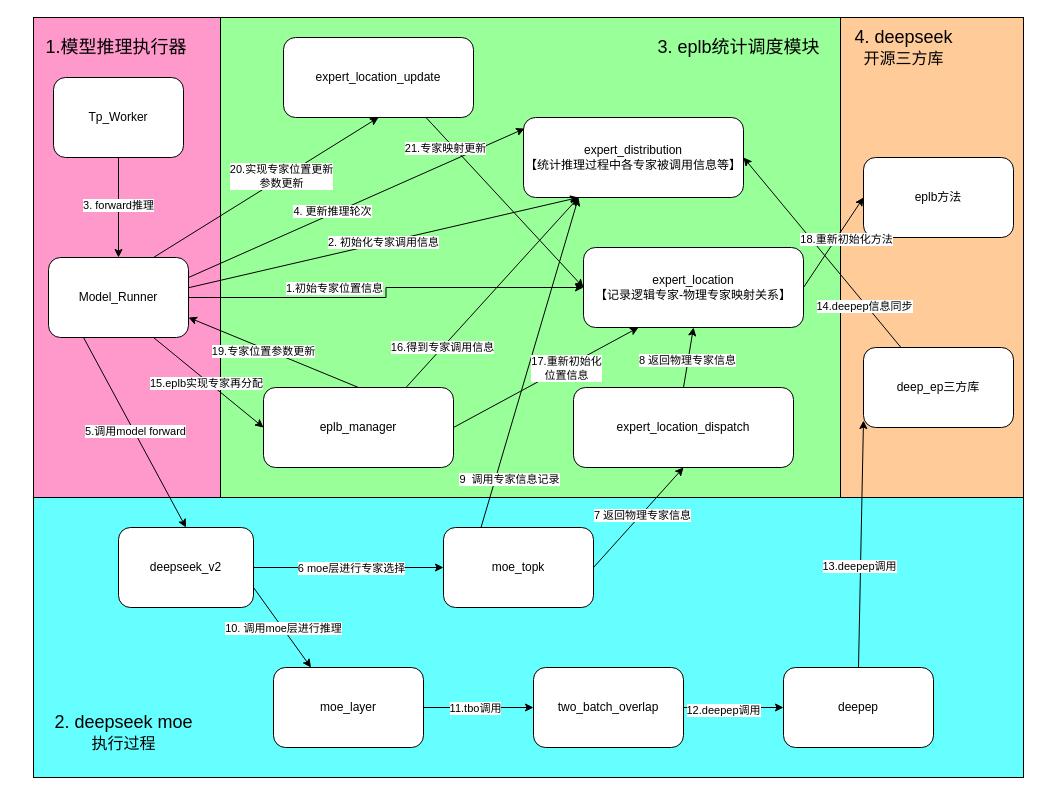
ADaBenxiong/vllm keeps this draw.io diagram as eplb流程.drawio. Above is the earlier version. Source tidied: cells renumbered, new cells numbered last; positions are measured from the earlier drawing's top-left corner, leaving out a move shared by most shapes. Both pictures are drawn from the tidied source at 100%, with x=0, y=0 at pixel (33, 17).
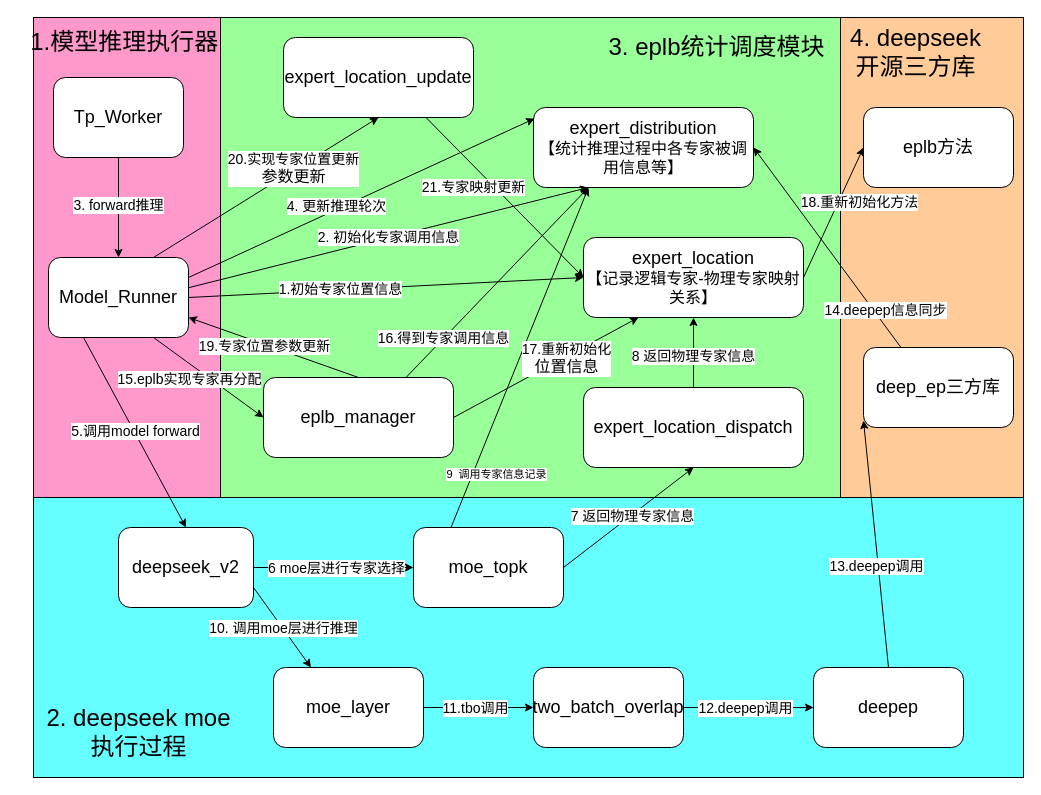
The same page after the edit.

Unchanged cells that the change refers to:
```xml
<mxCell id="12" style="endArrow=classic;html=1;rounded=0;entryX=0.25;entryY=1;entryDx=0;entryDy=0;exitX=1.002;exitY=0.377;exitDx=0;exitDy=0;exitPerimeter=0;" parent="1" edge="1" source="8" target="11">
  <mxGeometry relative="1" as="geometry" />
</mxCell>
<mxCell id="14" style="endArrow=classic;html=1;rounded=0;exitX=0.5;exitY=1;exitDx=0;exitDy=0;entryX=0.5;entryY=0;entryDx=0;entryDy=0;" parent="1" edge="1" source="9" target="8">
  <mxGeometry relative="1" as="geometry" />
</mxCell>
<mxCell id="16" style="endArrow=classic;html=1;rounded=0;exitX=1;exitY=0.25;exitDx=0;exitDy=0;entryX=0.005;entryY=0.138;entryDx=0;entryDy=0;entryPerimeter=0;" parent="1" edge="1" source="8" target="11">
  <mxGeometry relative="1" as="geometry" />
</mxCell>
<mxCell id="19" style="endArrow=classic;html=1;rounded=0;exitX=0.75;exitY=1;exitDx=0;exitDy=0;entryX=0;entryY=0.5;entryDx=0;entryDy=0;" parent="1" edge="1" source="8" target="18">
  <mxGeometry relative="1" as="geometry" />
</mxCell>
<mxCell id="22" style="endArrow=classic;html=1;rounded=0;exitX=0.25;exitY=1;exitDx=0;exitDy=0;entryX=0.5;entryY=0;entryDx=0;entryDy=0;" parent="1" edge="1" source="8" target="21">
  <mxGeometry relative="1" as="geometry" />
</mxCell>
<mxCell id="25" style="endArrow=classic;html=1;rounded=0;exitX=1;exitY=0.5;exitDx=0;exitDy=0;entryX=0;entryY=0.5;entryDx=0;entryDy=0;" parent="1" edge="1" source="21" target="24">
  <mxGeometry relative="1" as="geometry" />
</mxCell>
<mxCell id="28" style="endArrow=classic;html=1;rounded=0;exitX=1;exitY=0.5;exitDx=0;exitDy=0;entryX=0.5;entryY=1;entryDx=0;entryDy=0;" parent="1" edge="1" source="24" target="27">
  <mxGeometry relative="1" as="geometry" />
</mxCell>
<mxCell id="30" style="endArrow=classic;html=1;rounded=0;exitX=0.5;exitY=0;exitDx=0;exitDy=0;entryX=0.5;entryY=1;entryDx=0;entryDy=0;" parent="1" edge="1" source="27" target="10">
  <mxGeometry relative="1" as="geometry" />
</mxCell>
<mxCell id="35" style="endArrow=classic;html=1;rounded=0;exitX=1;exitY=0.75;exitDx=0;exitDy=0;entryX=0.25;entryY=0;entryDx=0;entryDy=0;" parent="1" edge="1" source="21" target="34">
  <mxGeometry relative="1" as="geometry" />
</mxCell>
<mxCell id="38" style="endArrow=classic;html=1;rounded=0;exitX=1;exitY=0.5;exitDx=0;exitDy=0;entryX=0;entryY=0.5;entryDx=0;entryDy=0;" parent="1" edge="1" source="34" target="37">
  <mxGeometry relative="1" as="geometry" />
</mxCell>
<mxCell id="42" style="endArrow=classic;html=1;rounded=0;entryX=1;entryY=0.5;entryDx=0;entryDy=0;exitX=0.25;exitY=0;exitDx=0;exitDy=0;" parent="1" edge="1" source="41" target="11">
  <mxGeometry relative="1" as="geometry" />
</mxCell>
<mxCell id="44" style="endArrow=classic;html=1;rounded=0;entryX=0;entryY=0.913;entryDx=0;entryDy=0;exitX=0.5;exitY=0;exitDx=0;exitDy=0;entryPerimeter=0;" parent="1" edge="1" source="40" target="41">
  <mxGeometry relative="1" as="geometry" />
</mxCell>
<mxCell id="46" style="endArrow=classic;html=1;rounded=0;exitX=1;exitY=0.5;exitDx=0;exitDy=0;entryX=0;entryY=0.5;entryDx=0;entryDy=0;" parent="1" edge="1" source="37" target="40">
  <mxGeometry relative="1" as="geometry" />
</mxCell>
<mxCell id="48" style="endArrow=classic;html=1;rounded=0;entryX=0.25;entryY=1;entryDx=0;entryDy=0;exitX=0.75;exitY=0;exitDx=0;exitDy=0;" parent="1" edge="1" source="18" target="11">
  <mxGeometry relative="1" as="geometry" />
</mxCell>
<mxCell id="50" style="endArrow=classic;html=1;rounded=0;entryX=0.25;entryY=1;entryDx=0;entryDy=0;exitX=1;exitY=0.5;exitDx=0;exitDy=0;" parent="1" edge="1" source="18" target="10">
  <mxGeometry relative="1" as="geometry" />
</mxCell>
<mxCell id="53" style="endArrow=classic;html=1;rounded=0;exitX=1;exitY=0.5;exitDx=0;exitDy=0;entryX=0;entryY=0.5;entryDx=0;entryDy=0;" parent="1" edge="1" source="10" target="52">
  <mxGeometry relative="1" as="geometry" />
</mxCell>
<mxCell id="55" style="endArrow=classic;html=1;rounded=0;entryX=1;entryY=0.75;entryDx=0;entryDy=0;exitX=0.5;exitY=0;exitDx=0;exitDy=0;" parent="1" edge="1" source="18" target="8">
  <mxGeometry relative="1" as="geometry" />
</mxCell>
<mxCell id="58" style="endArrow=classic;html=1;rounded=0;exitX=0.75;exitY=0;exitDx=0;exitDy=0;entryX=0.5;entryY=1;entryDx=0;entryDy=0;" parent="1" edge="1" source="8" target="57">
  <mxGeometry relative="1" as="geometry" />
</mxCell>
<mxCell id="60" style="endArrow=classic;html=1;rounded=0;exitX=0.75;exitY=1;exitDx=0;exitDy=0;entryX=0;entryY=0.5;entryDx=0;entryDy=0;" parent="1" edge="1" source="57" target="10">
  <mxGeometry relative="1" as="geometry" />
</mxCell>
```

Change to the diagram source:
```diff
@@
-    <mxCell id="6" style="edgeStyle=orthogonalEdgeStyle;rounded=0;jettySize=auto;html=1;exitX=1;exitY=0.5;exitDx=0;exitDy=0;entryX=0;entryY=0.5;entryDx=0;entryDy=0;" parent="1" edge="1" source="8" target="10">
-      <mxGeometry relative="1" as="geometry" />
-    </mxCell>
-    <mxCell id="7" value="1.初始专家位置信息" style="edgeLabel;html=1;align=center;verticalAlign=middle;" parent="6" vertex="1">
-      <mxGeometry x="0.04" y="-2" relative="1" as="geometry">
-        <mxPoint x="-56" y="-2" as="offset" />
-      </mxGeometry>
-    </mxCell>
-    <mxCell id="8" value="Model_Runner" style="rounded=1;whiteSpace=wrap;html=1;" parent="1" vertex="1">
+    <mxCell id="8" value="&lt;font style=&quot;font-size: 18px;&quot;&gt;Model_Runner&lt;/font&gt;" style="rounded=1;whiteSpace=wrap;html=1;" parent="1" vertex="1">
       <mxGeometry x="15" y="240" width="140" height="80" as="geometry" />
     </mxCell>
-    <mxCell id="9" value="Tp_Worker" style="rounded=1;whiteSpace=wrap;html=1;" parent="1" vertex="1">
+    <mxCell id="9" value="&lt;font style=&quot;font-size: 18px;&quot;&gt;Tp_Worker&lt;/font&gt;" style="rounded=1;whiteSpace=wrap;html=1;" parent="1" vertex="1">
       <mxGeometry x="20" y="60" width="130" height="80" as="geometry" />
     </mxCell>
-    <mxCell id="10" value="expert_location&lt;div&gt;【记录逻辑专家-物理专家映射关系】&lt;/div&gt;" style="rounded=1;whiteSpace=wrap;html=1;" parent="1" vertex="1">
-      <mxGeometry x="550" y="230" width="220" height="80" as="geometry" />
+    <mxCell id="10" value="&lt;font style=&quot;font-size: 18px;&quot;&gt;expert_location&lt;/font&gt;&lt;div&gt;&lt;font size=&quot;3&quot;&gt;【记录逻辑专家-物理专家映射关系】&lt;/font&gt;&lt;/div&gt;" style="rounded=1;whiteSpace=wrap;html=1;" parent="1" vertex="1">
+      <mxGeometry x="550" y="220" width="220" height="80" as="geometry" />
     </mxCell>
-    <mxCell id="11" value="expert_distribution&lt;div&gt;【统计推理过程中各专家被调用信息等】&lt;/div&gt;" style="rounded=1;whiteSpace=wrap;html=1;" parent="1" vertex="1">
-      <mxGeometry x="490" y="100" width="220" height="80" as="geometry" />
+    <mxCell id="11" value="&lt;font style=&quot;font-size: 18px;&quot;&gt;expert_distribution&lt;/font&gt;&lt;div&gt;&lt;font size=&quot;3&quot;&gt;【统计推理过程中各专家被调用信息等】&lt;/font&gt;&lt;/div&gt;" style="rounded=1;whiteSpace=wrap;html=1;" parent="1" vertex="1">
+      <mxGeometry x="500" y="90" width="220" height="80" as="geometry" />
     </mxCell>
@@
-    <mxCell id="13" value="2. 初始化专家调用信息" style="edgeLabel;html=1;align=center;verticalAlign=middle;" parent="12" vertex="1">
+    <mxCell id="13" value="&lt;font style=&quot;font-size: 14px;&quot;&gt;2. 初始化专家调用信息&lt;/font&gt;" style="edgeLabel;html=1;align=center;verticalAlign=middle;" parent="12" vertex="1">
       <mxGeometry y="1" relative="1" as="geometry" />
     </mxCell>
@@
-    <mxCell id="15" value="3. forward推理" style="edgeLabel;html=1;align=center;verticalAlign=middle;" parent="14" vertex="1">
+    <mxCell id="15" value="&lt;font style=&quot;font-size: 14px;&quot;&gt;3. forward推理&lt;/font&gt;" style="edgeLabel;html=1;align=center;verticalAlign=middle;" parent="14" vertex="1">
       <mxGeometry x="-0.07" y="-1" relative="1" as="geometry" />
     </mxCell>
@@
-    <mxCell id="17" value="4. 更新推理轮次" style="edgeLabel;html=1;align=center;verticalAlign=middle;" parent="16" vertex="1">
+    <mxCell id="17" value="&lt;font style=&quot;font-size: 14px;&quot;&gt;4. 更新推理轮次&lt;/font&gt;" style="edgeLabel;html=1;align=center;verticalAlign=middle;" parent="16" vertex="1">
       <mxGeometry x="-0.14" y="3" relative="1" as="geometry" />
     </mxCell>
-    <mxCell id="18" value="eplb_manager" style="rounded=1;whiteSpace=wrap;html=1;" parent="1" vertex="1">
-      <mxGeometry x="230" y="370" width="190" height="80" as="geometry" />
+    <mxCell id="18" value="&lt;font style=&quot;font-size: 18px;&quot;&gt;eplb_manager&lt;/font&gt;" style="rounded=1;whiteSpace=wrap;html=1;" parent="1" vertex="1">
+      <mxGeometry x="230" y="360" width="190" height="80" as="geometry" />
     </mxCell>
@@
-    <mxCell id="20" value="15.eplb实现专家再分配" style="edgeLabel;html=1;align=center;verticalAlign=middle;" parent="19" vertex="1">
-      <mxGeometry x="-0.01" y="-2" relative="1" as="geometry" />
+    <mxCell id="20" value="&lt;font style=&quot;font-size: 14px;&quot;&gt;15.eplb实现专家再分配&lt;/font&gt;" style="edgeLabel;html=1;align=center;verticalAlign=middle;" parent="19" vertex="1">
+      <mxGeometry x="-0.01" y="-2" relative="1" as="geometry">
+        <mxPoint x="-18" as="offset" />
+      </mxGeometry>
     </mxCell>
-    <mxCell id="21" value="deepseek_v2" style="rounded=1;whiteSpace=wrap;html=1;" parent="1" vertex="1">
+    <mxCell id="21" value="&lt;font style=&quot;font-size: 18px;&quot;&gt;deepseek_v2&lt;/font&gt;" style="rounded=1;whiteSpace=wrap;html=1;" parent="1" vertex="1">
       <mxGeometry x="85" y="510" width="135" height="80" as="geometry" />
     </mxCell>
@@
-    <mxCell id="23" value="5.调用model forward" style="edgeLabel;html=1;align=center;verticalAlign=middle;" parent="22" vertex="1">
+    <mxCell id="23" value="&lt;font style=&quot;font-size: 14px;&quot;&gt;5.调用model forward&lt;/font&gt;" style="edgeLabel;html=1;align=center;verticalAlign=middle;" parent="22" vertex="1">
       <mxGeometry x="-0.01" y="1" relative="1" as="geometry" />
     </mxCell>
-    <mxCell id="24" value="moe_topk" style="rounded=1;whiteSpace=wrap;html=1;" parent="1" vertex="1">
-      <mxGeometry x="410" y="510" width="150" height="80" as="geometry" />
+    <mxCell id="24" value="&lt;font style=&quot;font-size: 18px;&quot;&gt;moe_topk&lt;/font&gt;" style="rounded=1;whiteSpace=wrap;html=1;" parent="1" vertex="1">
+      <mxGeometry x="380" y="510" width="150" height="80" as="geometry" />
     </mxCell>
@@
-    <mxCell id="26" value="6 moe层进行专家选择" style="edgeLabel;html=1;align=center;verticalAlign=middle;" parent="25" vertex="1">
+    <mxCell id="26" value="&lt;font style=&quot;font-size: 14px;&quot;&gt;6 moe层进行专家选择&lt;/font&gt;" style="edgeLabel;html=1;align=center;verticalAlign=middle;" parent="25" vertex="1">
       <mxGeometry x="0.02" relative="1" as="geometry" />
     </mxCell>
-    <mxCell id="27" value="&lt;font style=&quot;font-size: 12px;&quot;&gt;expert_location_dispatch&lt;/font&gt;" style="rounded=1;whiteSpace=wrap;html=1;" parent="1" vertex="1">
-      <mxGeometry x="540" y="370" width="220" height="80" as="geometry" />
+    <mxCell id="27" value="&lt;font style=&quot;font-size: 18px;&quot;&gt;expert_location_dispatch&lt;/font&gt;" style="rounded=1;whiteSpace=wrap;html=1;" parent="1" vertex="1">
+      <mxGeometry x="550" y="370" width="220" height="80" as="geometry" />
     </mxCell>
@@
-    <mxCell id="29" value="7 返回物理专家信息" style="edgeLabel;html=1;align=center;verticalAlign=middle;" parent="28" vertex="1">
+    <mxCell id="29" value="&lt;font style=&quot;font-size: 14px;&quot;&gt;7 返回物理专家信息&lt;/font&gt;" style="edgeLabel;html=1;align=center;verticalAlign=middle;" parent="28" vertex="1">
       <mxGeometry x="0.05" y="-1" relative="1" as="geometry" />
     </mxCell>
@@
-    <mxCell id="31" value="8 返回物理专家信息" style="edgeLabel;html=1;align=center;verticalAlign=middle;" parent="30" vertex="1">
+    <mxCell id="31" value="&lt;font style=&quot;font-size: 14px;&quot;&gt;8 返回物理专家信息&lt;/font&gt;" style="edgeLabel;html=1;align=center;verticalAlign=middle;" parent="30" vertex="1">
       <mxGeometry x="-0.08" y="1" relative="1" as="geometry" />
     </mxCell>
@@
-    <mxCell id="34" value="moe_layer" style="rounded=1;whiteSpace=wrap;html=1;" parent="1" vertex="1">
+    <mxCell id="34" value="&lt;font style=&quot;font-size: 18px;&quot;&gt;moe_layer&lt;/font&gt;" style="rounded=1;whiteSpace=wrap;html=1;" parent="1" vertex="1">
       <mxGeometry x="240" y="650" width="150" height="80" as="geometry" />
     </mxCell>
@@
-    <mxCell id="36" value="10. 调用moe层进行推理" style="edgeLabel;html=1;align=center;verticalAlign=middle;" parent="35" vertex="1">
+    <mxCell id="36" value="&lt;font style=&quot;font-size: 14px;&quot;&gt;10. 调用moe层进行推理&lt;/font&gt;" style="edgeLabel;html=1;align=center;verticalAlign=middle;" parent="35" vertex="1">
       <mxGeometry x="0.02" y="1" relative="1" as="geometry" />
     </mxCell>
-    <mxCell id="37" value="two_batch_overlap" style="rounded=1;whiteSpace=wrap;html=1;" parent="1" vertex="1">
+    <mxCell id="37" value="&lt;font style=&quot;font-size: 18px;&quot;&gt;two_batch_overlap&lt;/font&gt;" style="rounded=1;whiteSpace=wrap;html=1;" parent="1" vertex="1">
       <mxGeometry x="500" y="650" width="150" height="80" as="geometry" />
     </mxCell>
@@
-    <mxCell id="39" value="11.tbo调用" style="edgeLabel;html=1;align=center;verticalAlign=middle;" parent="38" vertex="1">
+    <mxCell id="39" value="&lt;font style=&quot;font-size: 14px;&quot;&gt;11.tbo调用&lt;/font&gt;" style="edgeLabel;html=1;align=center;verticalAlign=middle;" parent="38" vertex="1">
       <mxGeometry x="0.11" y="-1" relative="1" as="geometry">
         <mxPoint x="-10" y="-1" as="offset" />
       </mxGeometry>
     </mxCell>
-    <mxCell id="40" value="deepep" style="rounded=1;whiteSpace=wrap;html=1;" parent="1" vertex="1">
-      <mxGeometry x="750" y="650" width="150" height="80" as="geometry" />
+    <mxCell id="40" value="&lt;font style=&quot;font-size: 18px;&quot;&gt;deepep&lt;/font&gt;" style="rounded=1;whiteSpace=wrap;html=1;" parent="1" vertex="1">
+      <mxGeometry x="780" y="650" width="150" height="80" as="geometry" />
     </mxCell>
-    <mxCell id="41" value="deep_ep三方库" style="rounded=1;whiteSpace=wrap;html=1;" parent="1" vertex="1">
+    <mxCell id="41" value="&lt;font style=&quot;font-size: 18px;&quot;&gt;deep_ep三方库&lt;/font&gt;" style="rounded=1;whiteSpace=wrap;html=1;" parent="1" vertex="1">
       <mxGeometry x="830" y="330" width="150" height="80" as="geometry" />
     </mxCell>
@@
-    <mxCell id="43" value="14.deepep信息同步" style="edgeLabel;html=1;align=center;verticalAlign=middle;" parent="42" vertex="1">
-      <mxGeometry x="-0.55" y="2" relative="1" as="geometry" />
+    <mxCell id="43" value="&lt;font style=&quot;font-size: 14px;&quot;&gt;14.deepep信息同步&lt;/font&gt;" style="edgeLabel;html=1;align=center;verticalAlign=middle;" parent="42" vertex="1">
+      <mxGeometry x="-0.55" y="2" relative="1" as="geometry">
+        <mxPoint x="19" y="6" as="offset" />
+      </mxGeometry>
     </mxCell>
@@
-    <mxCell id="45" value="13.deepep调用" style="edgeLabel;html=1;align=center;verticalAlign=middle;" parent="44" vertex="1">
+    <mxCell id="45" value="&lt;font style=&quot;font-size: 14px;&quot;&gt;13.deepep调用&lt;/font&gt;" style="edgeLabel;html=1;align=center;verticalAlign=middle;" parent="44" vertex="1">
       <mxGeometry x="-0.18" y="3" relative="1" as="geometry">
         <mxPoint x="1" as="offset" />
       </mxGeometry>
     </mxCell>
@@
-    <mxCell id="47" value="12.deepep调用" style="edgeLabel;html=1;align=center;verticalAlign=middle;" parent="46" vertex="1">
-      <mxGeometry x="-0.23" y="-2" relative="1" as="geometry" />
+    <mxCell id="47" value="&lt;font style=&quot;font-size: 14px;&quot;&gt;12.deepep调用&lt;/font&gt;" style="edgeLabel;html=1;align=center;verticalAlign=middle;" parent="46" vertex="1">
+      <mxGeometry x="-0.23" y="-2" relative="1" as="geometry">
+        <mxPoint x="11" y="-2" as="offset" />
+      </mxGeometry>
     </mxCell>
@@
-    <mxCell id="49" value="16.得到专家调用信息" style="edgeLabel;html=1;align=center;verticalAlign=middle;" parent="48" vertex="1">
+    <mxCell id="49" value="&lt;font style=&quot;font-size: 14px;&quot;&gt;16.得到专家调用信息&lt;/font&gt;" style="edgeLabel;html=1;align=center;verticalAlign=middle;" parent="48" vertex="1">
       <mxGeometry x="-0.59" relative="1" as="geometry">
         <mxPoint y="-1" as="offset" />
       </mxGeometry>
     </mxCell>
@@
-    <mxCell id="51" value="17.重新初始化&lt;div&gt;位置信息&lt;/div&gt;" style="edgeLabel;html=1;align=center;verticalAlign=middle;" parent="50" vertex="1">
+    <mxCell id="51" value="&lt;font style=&quot;font-size: 14px;&quot;&gt;17.重新初始化&lt;/font&gt;&lt;div&gt;&lt;font size=&quot;3&quot;&gt;位置信息&lt;/font&gt;&lt;/div&gt;" style="edgeLabel;html=1;align=center;verticalAlign=middle;" parent="50" vertex="1">
       <mxGeometry x="0.09" relative="1" as="geometry">
         <mxPoint x="11" y="-5" as="offset" />
       </mxGeometry>
     </mxCell>
-    <mxCell id="52" value="eplb方法" style="rounded=1;whiteSpace=wrap;html=1;" parent="1" vertex="1">
-      <mxGeometry x="830" y="140" width="150" height="80" as="geometry" />
+    <mxCell id="52" value="&lt;font style=&quot;font-size: 18px;&quot;&gt;eplb方法&lt;/font&gt;" style="rounded=1;whiteSpace=wrap;html=1;" parent="1" vertex="1">
+      <mxGeometry x="830" y="90" width="150" height="80" as="geometry" />
     </mxCell>
@@
-    <mxCell id="54" value="18.重新初始化方法" style="edgeLabel;html=1;align=center;verticalAlign=middle;" parent="53" vertex="1">
+    <mxCell id="54" value="&lt;font style=&quot;font-size: 14px;&quot;&gt;18.重新初始化方法&lt;/font&gt;" style="edgeLabel;html=1;align=center;verticalAlign=middle;" parent="53" vertex="1">
       <mxGeometry x="0.1" y="1" relative="1" as="geometry">
-        <mxPoint x="11" y="1" as="offset" />
+        <mxPoint x="23" y="-3" as="offset" />
       </mxGeometry>
     </mxCell>
@@
-    <mxCell id="56" value="19.专家位置参数更新" style="edgeLabel;html=1;align=center;verticalAlign=middle;" parent="55" vertex="1">
+    <mxCell id="56" value="&lt;font style=&quot;font-size: 14px;&quot;&gt;19.专家位置参数更新&lt;/font&gt;" style="edgeLabel;html=1;align=center;verticalAlign=middle;" parent="55" vertex="1">
       <mxGeometry x="0.11" y="2" relative="1" as="geometry" />
     </mxCell>
-    <mxCell id="57" value="&lt;font style=&quot;font-size: 12px;&quot;&gt;expert_location_update&lt;/font&gt;" style="rounded=1;whiteSpace=wrap;html=1;" parent="1" vertex="1">
+    <mxCell id="57" value="&lt;font style=&quot;font-size: 18px;&quot;&gt;expert_location_update&lt;/font&gt;" style="rounded=1;whiteSpace=wrap;html=1;" parent="1" vertex="1">
       <mxGeometry x="250" y="20" width="190" height="80" as="geometry" />
     </mxCell>
@@
-    <mxCell id="59" value="20.实现专家位置更新&lt;div&gt;参数更新&lt;/div&gt;" style="edgeLabel;html=1;align=center;verticalAlign=middle;" parent="58" vertex="1">
-      <mxGeometry x="0.14" y="2" relative="1" as="geometry" />
+    <mxCell id="59" value="&lt;font style=&quot;font-size: 14px;&quot;&gt;20.实现专家位置更新&lt;/font&gt;&lt;div&gt;&lt;font size=&quot;3&quot;&gt;参数更新&lt;/font&gt;&lt;/div&gt;" style="edgeLabel;html=1;align=center;verticalAlign=middle;" parent="58" vertex="1">
+      <mxGeometry x="0.14" y="2" relative="1" as="geometry">
+        <mxPoint x="12" y="-8" as="offset" />
+      </mxGeometry>
     </mxCell>
@@
-    <mxCell id="61" value="21.专家映射更新" style="edgeLabel;html=1;align=center;verticalAlign=middle;" parent="60" vertex="1">
+    <mxCell id="61" value="&lt;font style=&quot;font-size: 14px;&quot;&gt;21.专家映射更新&lt;/font&gt;" style="edgeLabel;html=1;align=center;verticalAlign=middle;" parent="60" vertex="1">
       <mxGeometry x="-0.75" y="-1" relative="1" as="geometry">
-        <mxPoint y="9" as="offset" />
+        <mxPoint x="28" y="49" as="offset" />
       </mxGeometry>
     </mxCell>
-    <mxCell id="62" value="&lt;font style=&quot;font-size: 18px;&quot;&gt;1.模型推理执行器&amp;nbsp;&lt;/font&gt;" style="text;html=1;align=center;verticalAlign=middle;strokeColor=none;fillColor=none;" parent="1" vertex="1">
-      <mxGeometry y="10" width="170" height="40" as="geometry" />
+    <mxCell id="62" value="&lt;font style=&quot;font-size: 24px;&quot;&gt;1.模型推理执行器&amp;nbsp;&lt;/font&gt;" style="text;html=1;align=center;verticalAlign=middle;strokeColor=none;fillColor=none;" parent="1" vertex="1">
+      <mxGeometry x="-16.5" y="5" width="220" height="40" as="geometry" />
     </mxCell>
-    <mxCell id="63" value="&lt;font style=&quot;font-size: 18px;&quot;&gt;4. deepseek&lt;/font&gt;&lt;div&gt;&lt;font size=&quot;3&quot;&gt;开源三方库&lt;/font&gt;&lt;/div&gt;" style="text;html=1;align=center;verticalAlign=middle;strokeColor=none;fillColor=none;" parent="1" vertex="1">
-      <mxGeometry x="810" y="5" width="120" height="50" as="geometry" />
+    <mxCell id="63" value="&lt;font style=&quot;font-size: 24px;&quot;&gt;4. deepseek&lt;/font&gt;&lt;div&gt;&lt;font style=&quot;font-size: 24px;&quot;&gt;开源三方库&lt;/font&gt;&lt;/div&gt;" style="text;html=1;align=center;verticalAlign=middle;strokeColor=none;fillColor=none;" parent="1" vertex="1">
+      <mxGeometry x="807" width="150" height="70" as="geometry" />
     </mxCell>
-    <mxCell id="64" value="&lt;font style=&quot;font-size: 18px;&quot;&gt;2. deepseek moe&lt;/font&gt;&lt;div&gt;&lt;font size=&quot;3&quot;&gt;执行过程&lt;/font&gt;&lt;/div&gt;" style="text;html=1;align=center;verticalAlign=middle;strokeColor=none;fillColor=none;" parent="1" vertex="1">
-      <mxGeometry x="10" y="690" width="160" height="50" as="geometry" />
+    <mxCell id="64" value="&lt;font style=&quot;font-size: 24px;&quot;&gt;2. deepseek moe&lt;/font&gt;&lt;div&gt;&lt;font style=&quot;font-size: 24px;&quot;&gt;执行过程&lt;/font&gt;&lt;/div&gt;" style="text;html=1;align=center;verticalAlign=middle;strokeColor=none;fillColor=none;" parent="1" vertex="1">
+      <mxGeometry y="680" width="210" height="70" as="geometry" />
     </mxCell>
-    <mxCell id="65" value="&lt;font style=&quot;font-size: 18px;&quot;&gt;3. eplb统计调度模块&lt;/font&gt;" style="text;html=1;align=center;verticalAlign=middle;strokeColor=none;fillColor=none;" parent="1" vertex="1">
-      <mxGeometry x="610" y="10" width="190" height="40" as="geometry" />
+    <mxCell id="65" value="&lt;font style=&quot;font-size: 24px;&quot;&gt;3. eplb统计调度模块&lt;/font&gt;" style="text;html=1;align=center;verticalAlign=middle;strokeColor=none;fillColor=none;" parent="1" vertex="1">
+      <mxGeometry x="563" y="10" width="240" height="40" as="geometry" />
     </mxCell>
+    <mxCell id="6" style="endArrow=classic;html=1;rounded=0;exitX=1;exitY=0.5;exitDx=0;exitDy=0;entryX=0;entryY=0.5;entryDx=0;entryDy=0;" parent="1" edge="1" source="8" target="10">
+      <mxGeometry relative="1" as="geometry" />
+    </mxCell>
+    <mxCell id="7" value="&lt;font style=&quot;font-size: 14px;&quot;&gt;1.初始专家位置信息&lt;/font&gt;" style="edgeLabel;html=1;align=center;verticalAlign=middle;" parent="6" vertex="1">
+      <mxGeometry x="-0.23" y="1" relative="1" as="geometry" />
+    </mxCell>
```
